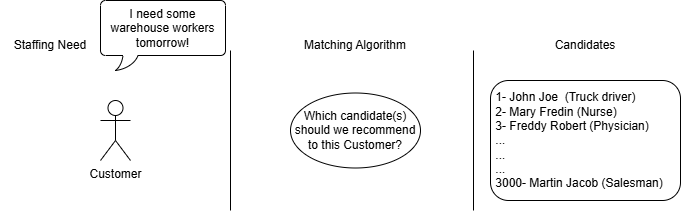
Before: docs/Technical_Problem.png, a diagram exported from draw.io (Mena-Saleh/Intelliplan-Hackathon). Source tidied: cells renumbered, new cells last; positions are measured from the earlier drawing's top-left corner, leaving out a move shared by most shapes.
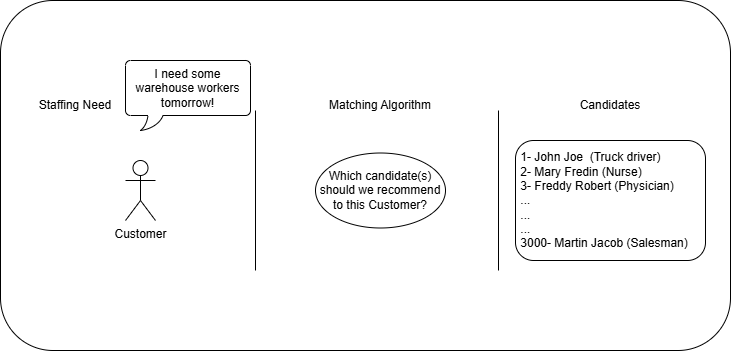
The same diagram one commit later.

The edit, as a diff of the source:
```diff
@@ -2,6 +2,9 @@
   <root>
     <mxCell id="0" />
     <mxCell id="1" parent="0" />
+    <mxCell id="11" style="rounded=1;whiteSpace=wrap;html=1;" parent="1" vertex="1">
+      <mxGeometry x="-25" y="-60" width="730" height="350" as="geometry" />
+    </mxCell>
     <mxCell id="2" style="endArrow=none;html=1;rounded=0;" parent="1" edge="1">
       <mxGeometry relative="1" as="geometry">
         <mxPoint x="230" y="210" as="sourcePoint" />
```
